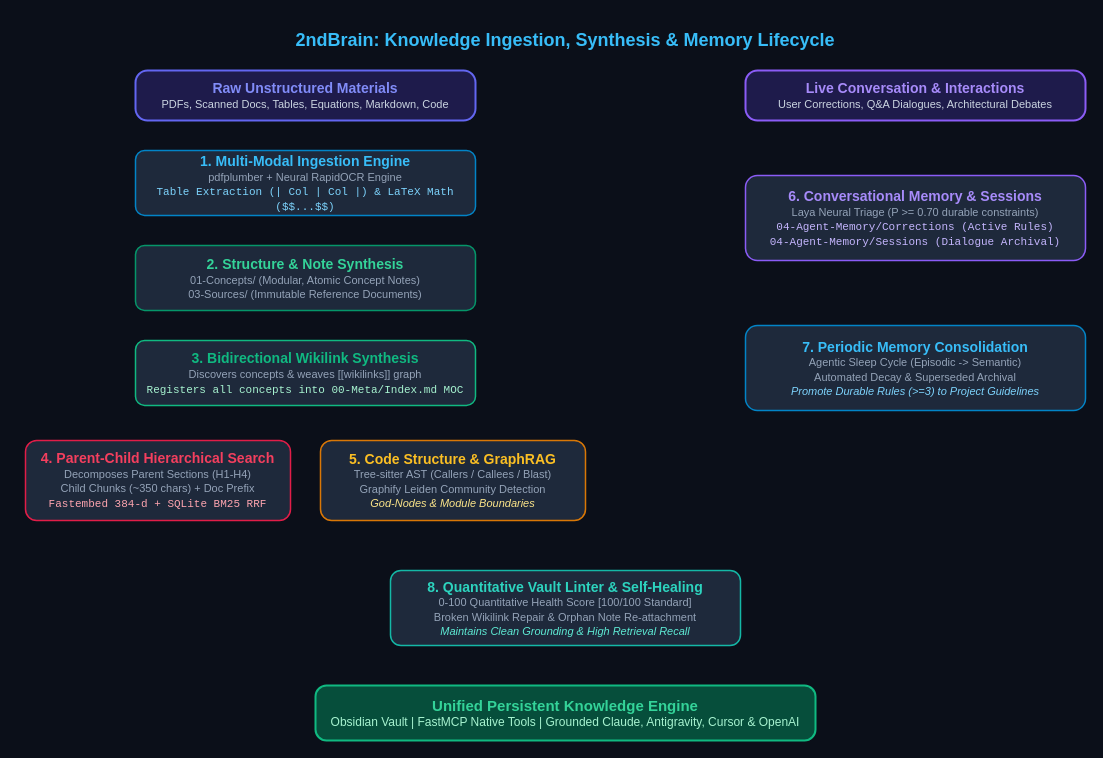
Earlier version of the draw.io diagram assets/knowledge_pipeline.drawio (Fabbbbbbb99/2ndBrain). Source tidied: cells renumbered, new cells numbered last; positions are measured from the earlier drawing's top-left corner, leaving out a move shared by most shapes. Both pictures are drawn from the tidied source at 100%, with x=0, y=0 at pixel (25, 25).
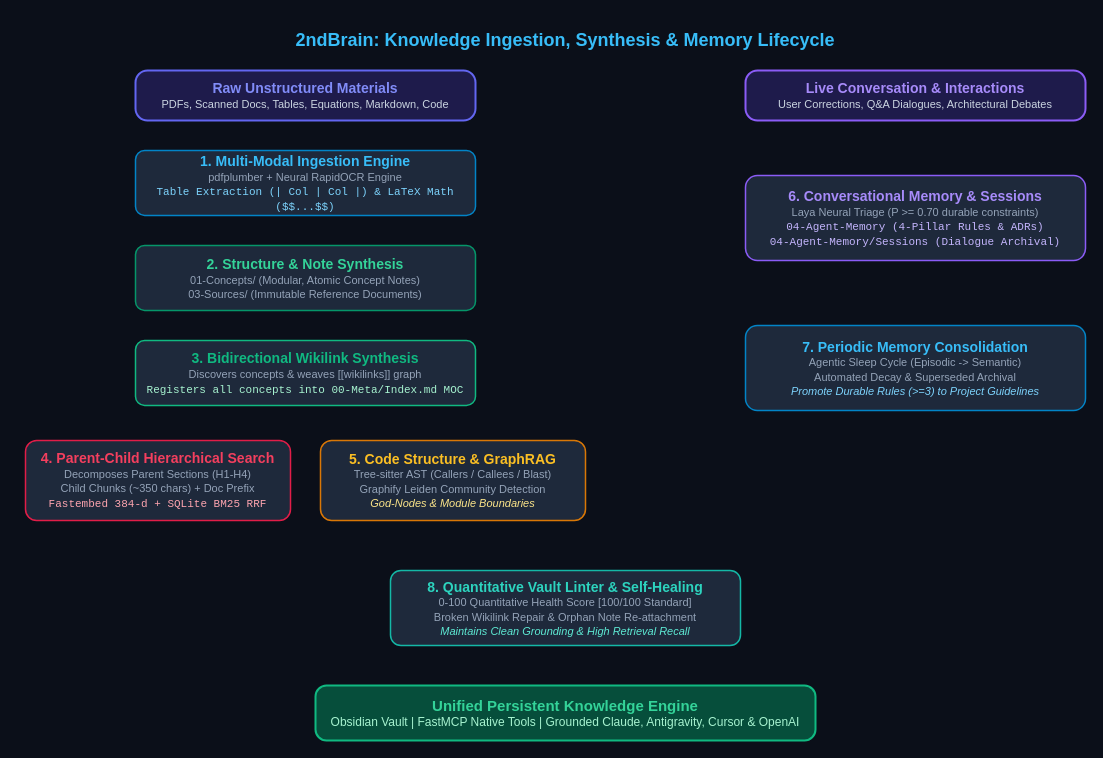
Above is the later version.

Commit message (it also covers changes not shown here):
refactor(memory): retire redundant Corrections folder and consolidate memory routing into 4 pillars

What changed in the source:
```diff
@@
 <mxGraphModel background="#0b0f19">
   <root>
     <mxCell id="0" />
     <mxCell id="1" parent="0" />
     <mxCell id="2" value="2ndBrain: Knowledge Ingestion, Synthesis &amp; Memory Lifecycle" style="text;html=1;strokeColor=none;fillColor=none;align=center;verticalAlign=middle;whiteSpace=wrap;rounded=0;fontColor=#38bdf8;fontStyle=1;fontSize=18;" parent="1" vertex="1">
       <mxGeometry x="240" width="600" height="30" as="geometry" />
     </mxCell>
     <mxCell id="3" value="&lt;b style='font-size: 14px; color: #818cf8;'&gt;Raw Unstructured Materials&lt;/b&gt;&lt;br&gt;&lt;span style='color: #cbd5e1; font-size: 11px;'&gt;PDFs, Scanned Docs, Tables, Equations, Markdown, Code&lt;/span&gt;" style="rounded=1;whiteSpace=wrap;html=1;fillColor=#1e1b4b;strokeColor=#6366f1;strokeWidth=2;fontColor=#ffffff;arcSize=24;" parent="1" vertex="1">
       <mxGeometry x="110" y="45" width="340" height="50" as="geometry" />
     </mxCell>
     <mxCell id="4" value="&lt;b style='font-size: 14px; color: #a78bfa;'&gt;Live Conversation &amp; Interactions&lt;/b&gt;&lt;br&gt;&lt;span style='color: #cbd5e1; font-size: 11px;'&gt;User Corrections, Q&amp;A Dialogues, Architectural Debates&lt;/span&gt;" style="rounded=1;whiteSpace=wrap;html=1;fillColor=#1e1b4b;strokeColor=#8b5cf6;strokeWidth=2;fontColor=#ffffff;arcSize=24;" parent="1" vertex="1">
       <mxGeometry x="720" y="45" width="340" height="50" as="geometry" />
     </mxCell>
     <mxCell id="5" value="&lt;b style='font-size: 14px; color: #38bdf8;'&gt;1. Multi-Modal Ingestion Engine&lt;/b&gt;&lt;br&gt;&lt;span style='color: #94a3b8; font-size: 11px;'&gt;pdfplumber + Neural RapidOCR Engine&lt;br&gt;&lt;code style='color: #7dd3fc;'&gt;Table Extraction (| Col | Col |) &amp; LaTeX Math ($$...$$)&lt;/code&gt;&lt;/span&gt;" style="rounded=1;whiteSpace=wrap;html=1;fillColor=#1e293b;strokeColor=#0284c7;strokeWidth=1.5;fontColor=#f8fafc;arcSize=14;" parent="1" vertex="1">
       <mxGeometry x="110" y="125" width="340" height="65" as="geometry" />
     </mxCell>
     <mxCell id="6" value="&lt;b style='font-size: 14px; color: #34d399;'&gt;2. Structure &amp; Note Synthesis&lt;/b&gt;&lt;br&gt;&lt;span style='color: #94a3b8; font-size: 11px;'&gt;01-Concepts/ (Modular, Atomic Concept Notes)&lt;br&gt;03-Sources/ (Immutable Reference Documents)&lt;/span&gt;" style="rounded=1;whiteSpace=wrap;html=1;fillColor=#1e293b;strokeColor=#059669;strokeWidth=1.5;fontColor=#f8fafc;arcSize=14;" parent="1" vertex="1">
       <mxGeometry x="110" y="220" width="340" height="65" as="geometry" />
     </mxCell>
     <mxCell id="7" value="&lt;b style='font-size: 14px; color: #10b981;'&gt;3. Bidirectional Wikilink Synthesis&lt;/b&gt;&lt;br&gt;&lt;span style='color: #94a3b8; font-size: 11px;'&gt;Discovers concepts &amp; weaves [[wikilinks]] graph&lt;br&gt;&lt;code style='color: #a7f3d0;'&gt;Registers all concepts into 00-Meta/Index.md MOC&lt;/code&gt;&lt;/span&gt;" style="rounded=1;whiteSpace=wrap;html=1;fillColor=#1e293b;strokeColor=#10b981;strokeWidth=1.5;fontColor=#f8fafc;arcSize=14;" parent="1" vertex="1">
       <mxGeometry x="110" y="315" width="340" height="65" as="geometry" />
     </mxCell>
     <mxCell id="8" value="&lt;b style='font-size: 14px; color: #f43f5e;'&gt;4. Parent-Child Hierarchical Search&lt;/b&gt;&lt;br&gt;&lt;span style='color: #94a3b8; font-size: 11px;'&gt;Decomposes Parent Sections (H1-H4)&lt;br&gt;Child Chunks (~350 chars) + Doc Prefix&lt;br&gt;&lt;code style='color: #fda4af;'&gt;Fastembed 384-d + SQLite BM25 RRF&lt;/code&gt;&lt;/span&gt;" style="rounded=1;whiteSpace=wrap;html=1;fillColor=#1e293b;strokeColor=#e11d48;strokeWidth=1.5;fontColor=#f8fafc;arcSize=14;" parent="1" vertex="1">
       <mxGeometry y="415" width="265" height="80" as="geometry" />
     </mxCell>
     <mxCell id="9" value="&lt;b style='font-size: 14px; color: #fbbf24;'&gt;5. Code Structure &amp; GraphRAG&lt;/b&gt;&lt;br&gt;&lt;span style='color: #94a3b8; font-size: 11px;'&gt;Tree-sitter AST (Callers / Callees / Blast)&lt;br&gt;Graphify Leiden Community Detection&lt;br&gt;&lt;i style='color: #fde68a;'&gt;God-Nodes &amp; Module Boundaries&lt;/i&gt;&lt;/span&gt;" style="rounded=1;whiteSpace=wrap;html=1;fillColor=#1e293b;strokeColor=#d97706;strokeWidth=1.5;fontColor=#f8fafc;arcSize=14;" parent="1" vertex="1">
       <mxGeometry x="295" y="415" width="265" height="80" as="geometry" />
     </mxCell>
-    <mxCell id="10" value="&lt;b style='font-size: 14px; color: #a78bfa;'&gt;6. Conversational Memory &amp; Sessions&lt;/b&gt;&lt;br&gt;&lt;span style='color: #94a3b8; font-size: 11px;'&gt;Laya Neural Triage (P &gt;= 0.70 durable constraints)&lt;br&gt;&lt;code style='color: #c4b5fd;'&gt;04-Agent-Memory/Corrections (Active Rules)&lt;br&gt;04-Agent-Memory/Sessions (Dialogue Archival)&lt;/code&gt;&lt;/span&gt;" style="rounded=1;whiteSpace=wrap;html=1;fillColor=#1e293b;strokeColor=#8b5cf6;strokeWidth=1.5;fontColor=#f8fafc;arcSize=14;" parent="1" vertex="1">
+    <mxCell id="10" value="&lt;b style='font-size: 14px; color: #a78bfa;'&gt;6. Conversational Memory &amp; Sessions&lt;/b&gt;&lt;br&gt;&lt;span style='color: #94a3b8; font-size: 11px;'&gt;Laya Neural Triage (P &gt;= 0.70 durable constraints)&lt;br&gt;&lt;code style='color: #c4b5fd;'&gt;04-Agent-Memory (4-Pillar Rules &amp;amp; ADRs)&lt;br&gt;04-Agent-Memory/Sessions (Dialogue Archival)&lt;/code&gt;&lt;/span&gt;" style="rounded=1;whiteSpace=wrap;html=1;fillColor=#1e293b;strokeColor=#8b5cf6;strokeWidth=1.5;fontColor=#f8fafc;arcSize=14;" parent="1" vertex="1">
       <mxGeometry x="720" y="150" width="340" height="85" as="geometry" />
     </mxCell>
     <mxCell id="11" value="&lt;b style='font-size: 14px; color: #38bdf8;'&gt;7. Periodic Memory Consolidation&lt;/b&gt;&lt;br&gt;&lt;span style='color: #94a3b8; font-size: 11px;'&gt;Agentic Sleep Cycle (Episodic -&gt; Semantic)&lt;br&gt;Automated Decay &amp; Superseded Archival&lt;br&gt;&lt;i style='color: #7dd3fc;'&gt;Promote Durable Rules (&gt;=3) to Project Guidelines&lt;/i&gt;&lt;/span&gt;" style="rounded=1;whiteSpace=wrap;html=1;fillColor=#1e293b;strokeColor=#0284c7;strokeWidth=1.5;fontColor=#f8fafc;arcSize=14;" parent="1" vertex="1">
       <mxGeometry x="720" y="300" width="340" height="85" as="geometry" />
     </mxCell>
     <mxCell id="12" value="&lt;b style='font-size: 14px; color: #2dd4bf;'&gt;8. Quantitative Vault Linter &amp; Self-Healing&lt;/b&gt;&lt;br&gt;&lt;span style='color: #94a3b8; font-size: 11px;'&gt;0-100 Quantitative Health Score [100/100 Standard]&lt;br&gt;Broken Wikilink Repair &amp; Orphan Note Re-attachment&lt;br&gt;&lt;i style='color: #5eead4;'&gt;Maintains Clean Grounding &amp; High Retrieval Recall&lt;/i&gt;&lt;/span&gt;" style="rounded=1;whiteSpace=wrap;html=1;fillColor=#1e293b;strokeColor=#14b8a6;strokeWidth=1.5;fontColor=#f8fafc;arcSize=14;" parent="1" vertex="1">
       <mxGeometry x="365" y="545" width="350" height="75" as="geometry" />
     </mxCell>
     <mxCell id="13" value="&lt;b style='font-size: 15px; color: #34d399;'&gt;Unified Persistent Knowledge Engine&lt;/b&gt;&lt;br&gt;&lt;span style='color: #a7f3d0; font-size: 12px;'&gt;Obsidian Vault | FastMCP Native Tools | Grounded Claude, Antigravity, Cursor &amp; OpenAI&lt;/span&gt;" style="rounded=1;whiteSpace=wrap;html=1;fillColor=#064e3b;strokeColor=#10b981;strokeWidth=2;fontColor=#ffffff;arcSize=20;" parent="1" vertex="1">
       <mxGeometry x="290" y="660" width="500" height="55" as="geometry" />
     </mxCell>
     <mxCell id="14" style="rounded=1;jettySize=auto;html=1;strokeColor=#6366f1;strokeWidth=2;" parent="1" edge="1" source="3" target="5" />
     <mxCell id="15" style="rounded=1;jettySize=auto;html=1;strokeColor=#0284c7;strokeWidth=2;" parent="1" edge="1" source="5" target="6" />
     <mxCell id="16" style="rounded=1;jettySize=auto;html=1;strokeColor=#059669;strokeWidth=2;" parent="1" edge="1" source="6" target="7" />
     <mxCell id="17" style="rounded=1;jettySize=auto;html=1;strokeColor=#10b981;strokeWidth=2;edgeStyle=orthogonalEdgeStyle;exitX=0.25;exitY=1;entryX=0.5;entryY=0;" parent="1" edge="1" source="7" target="8" />
     <mxCell id="18" style="rounded=1;jettySize=auto;html=1;strokeColor=#10b981;strokeWidth=2;edgeStyle=orthogonalEdgeStyle;exitX=0.75;exitY=1;entryX=0.5;entryY=0;" parent="1" edge="1" source="7" target="9" />
     <mxCell id="19" style="rounded=1;jettySize=auto;html=1;strokeColor=#8b5cf6;strokeWidth=2;" parent="1" edge="1" source="4" target="10" />
     <mxCell id="20" style="rounded=1;jettySize=auto;html=1;strokeColor=#8b5cf6;strokeWidth=2;" parent="1" edge="1" source="10" target="11" />
     <mxCell id="21" style="rounded=1;jettySize=auto;html=1;strokeColor=#e11d48;strokeWidth=2;edgeStyle=orthogonalEdgeStyle;exitX=0.5;exitY=1;entryX=0.2;entryY=0;" parent="1" edge="1" source="8" target="12" />
     <mxCell id="22" style="rounded=1;jettySize=auto;html=1;strokeColor=#d97706;strokeWidth=2;edgeStyle=orthogonalEdgeStyle;exitX=0.5;exitY=1;entryX=0.5;entryY=0;" parent="1" edge="1" source="9" target="12" />
     <mxCell id="23" style="rounded=1;jettySize=auto;html=1;strokeColor=#0284c7;strokeWidth=2;edgeStyle=orthogonalEdgeStyle;exitX=0.5;exitY=1;entryX=0.8;entryY=0;" parent="1" edge="1" source="11" target="12" />
     <mxCell id="24" style="rounded=1;jettySize=auto;html=1;strokeColor=#14b8a6;strokeWidth=2;" parent="1" edge="1" source="12" target="13" />
   </root>
 </mxGraphModel>
```
